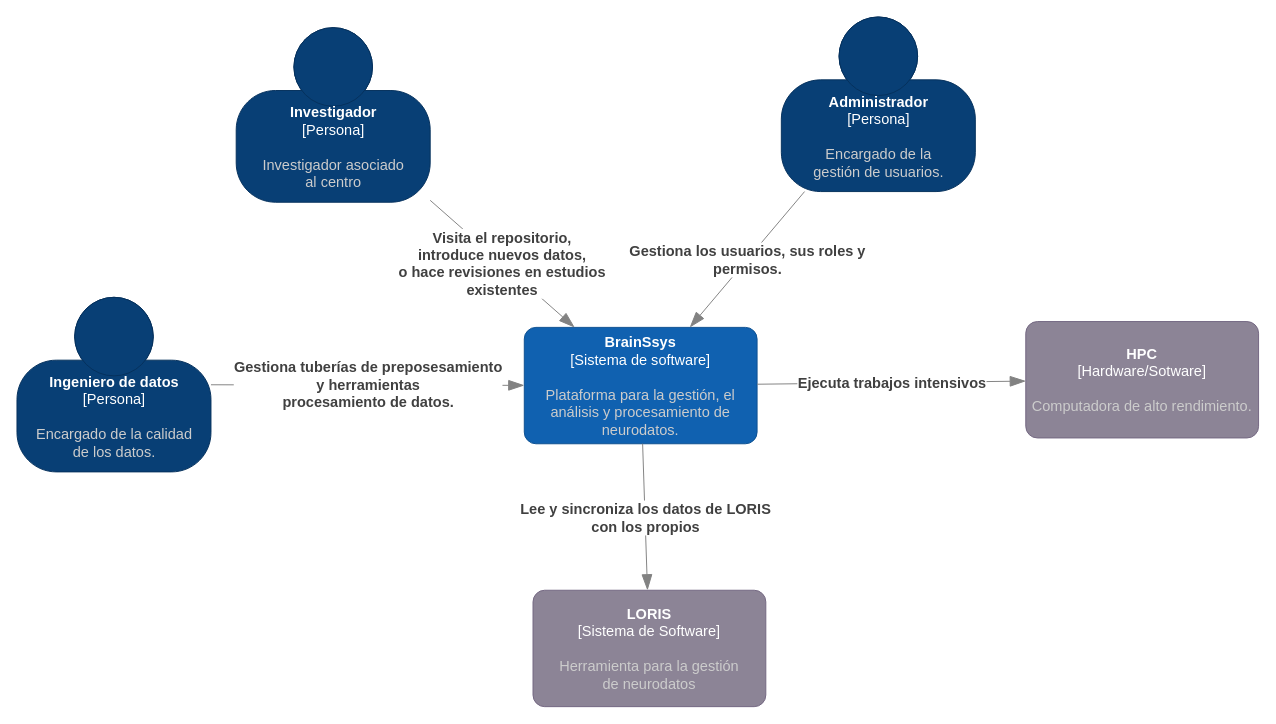
Above: page "Diagrama de contexto del sistema" (4 of 25) of C4 model.drawio in gaspect/brainsys (draw.io), before the change. Source tidied: cells renumbered, new cells numbered last; positions are measured from the earlier drawing's top-left corner, leaving out a move shared by most shapes. Both pictures are drawn from the tidied source at 97%, with x=0, y=0 at pixel (16, 16).
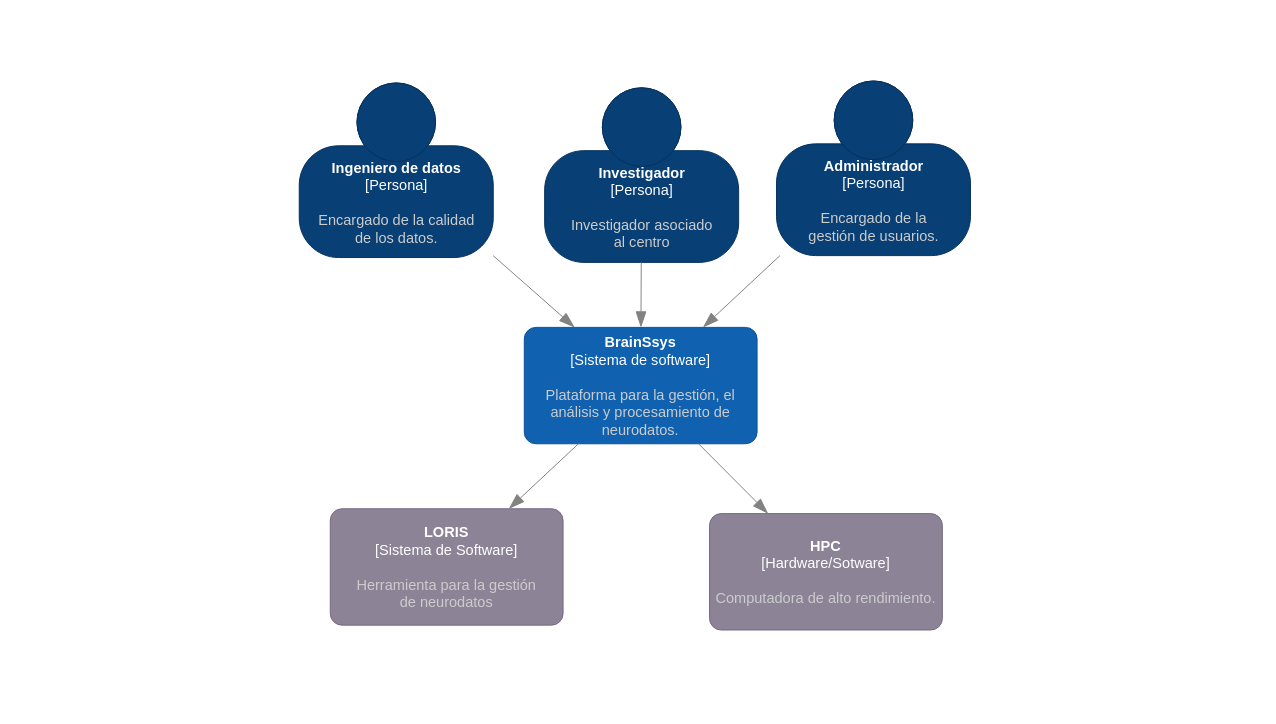
After the change.

The change refers to these unchanged cells:
```xml
<object id="2" label="&lt;font style=&quot;font-size: 15px;&quot;&gt;&lt;b style=&quot;font-size: 15px;&quot;&gt;%c4Name%&lt;/b&gt;&lt;/font&gt;&lt;div style=&quot;font-size: 15px;&quot;&gt;[%c4Type%]&lt;/div&gt;&lt;br style=&quot;font-size: 15px;&quot;&gt;&lt;div style=&quot;font-size: 15px;&quot;&gt;&lt;font style=&quot;font-size: 15px;&quot;&gt;&lt;font color=&quot;#cccccc&quot; style=&quot;font-size: 15px;&quot;&gt;%c4Description%&lt;/font&gt;&lt;/font&gt;&lt;/div&gt;" c4Description="Plataforma para la gestión, el análisis y procesamiento de neurodatos." c4Name="BrainSsys" c4Type="Sistema de software" placeholders="1">
  <mxCell style="rounded=1;whiteSpace=wrap;html=1;labelBackgroundColor=none;fillColor=#1061B0;fontColor=#ffffff;align=center;arcSize=10;strokeColor=#0D5091;points=[[0.25,0,0],[0.5,0,0],[0.75,0,0],[1,0.25,0],[1,0.5,0],[1,0.75,0],[0.75,1,0],[0.5,1,0],[0.25,1,0],[0,0.75,0],[0,0.5,0],[0,0.25,0]];fontSize=15;" parent="1" vertex="1">
    <mxGeometry x="523" y="320" width="240" height="120" as="geometry" />
  </mxCell>
</object>
```

Diff of the diagram source:
```diff
@@
     <object id="3" label="&lt;font style=&quot;font-size: 15px;&quot;&gt;&lt;b style=&quot;font-size: 15px;&quot;&gt;%c4Name%&lt;/b&gt;&lt;/font&gt;&lt;div style=&quot;font-size: 15px;&quot;&gt;[%c4Type%]&lt;/div&gt;&lt;br style=&quot;font-size: 15px;&quot;&gt;&lt;div style=&quot;font-size: 15px;&quot;&gt;&lt;font style=&quot;font-size: 15px;&quot;&gt;&lt;font color=&quot;#cccccc&quot; style=&quot;font-size: 15px;&quot;&gt;%c4Description%&lt;/font&gt;&lt;/font&gt;&lt;/div&gt;" c4Description="Encargado de la calidad &#10;de los datos." c4Name="Ingeniero de datos" c4Type="Persona" placeholders="1">
       <mxCell style="html=1;fontSize=15;dashed=0;whitespace=wrap;fillColor=#083F75;strokeColor=#06315C;fontColor=#ffffff;shape=mxgraph.c4.person2;align=center;points=[[0.5,0,0],[1,0.5,0],[1,0.75,0],[0.75,1,0],[0.5,1,0],[0.25,1,0],[0,0.75,0],[0,0.5,0]];" parent="1" vertex="1">
-        <mxGeometry y="289" width="200" height="180" as="geometry" />
+        <mxGeometry x="291" y="68" width="200" height="180" as="geometry" />
       </mxCell>
     </object>
     <object id="4" label="&lt;font style=&quot;font-size: 15px;&quot;&gt;&lt;b style=&quot;font-size: 15px;&quot;&gt;%c4Name%&lt;/b&gt;&lt;/font&gt;&lt;div style=&quot;font-size: 15px;&quot;&gt;[%c4Type%]&lt;/div&gt;&lt;br style=&quot;font-size: 15px;&quot;&gt;&lt;div style=&quot;font-size: 15px;&quot;&gt;&lt;font style=&quot;font-size: 15px;&quot;&gt;&lt;font color=&quot;#cccccc&quot; style=&quot;font-size: 15px;&quot;&gt;%c4Description%&lt;/font&gt;&lt;/font&gt;&lt;/div&gt;" c4Description="Investigador asociado &#10;al centro" c4Name="Investigador" c4Type="Persona" placeholders="1">
       <mxCell style="html=1;fontSize=15;dashed=0;whitespace=wrap;fillColor=#083F75;strokeColor=#06315C;fontColor=#ffffff;shape=mxgraph.c4.person2;align=center;points=[[0.5,0,0],[1,0.5,0],[1,0.75,0],[0.75,1,0],[0.5,1,0],[0.25,1,0],[0,0.75,0],[0,0.5,0]];" parent="1" vertex="1">
-        <mxGeometry x="226" y="11" width="200" height="180" as="geometry" />
+        <mxGeometry x="544" y="73" width="200" height="180" as="geometry" />
       </mxCell>
     </object>
     <object id="5" label="&lt;font style=&quot;font-size: 15px;&quot;&gt;&lt;b style=&quot;font-size: 15px;&quot;&gt;%c4Name%&lt;/b&gt;&lt;/font&gt;&lt;div style=&quot;font-size: 15px;&quot;&gt;[%c4Type%]&lt;/div&gt;&lt;br style=&quot;font-size: 15px;&quot;&gt;&lt;div style=&quot;font-size: 15px;&quot;&gt;&lt;font style=&quot;font-size: 15px;&quot;&gt;&lt;font color=&quot;#cccccc&quot; style=&quot;font-size: 15px;&quot;&gt;%c4Description%&lt;/font&gt;&lt;/font&gt;&lt;/div&gt;" c4Description="Herramienta para la gestión &#10;de neurodatos" c4Name="LORIS" c4Type="Sistema de Software" placeholders="1">
       <mxCell style="rounded=1;whiteSpace=wrap;html=1;labelBackgroundColor=none;fillColor=#8C8496;fontColor=#ffffff;align=center;arcSize=10;strokeColor=#736782;points=[[0.25,0,0],[0.5,0,0],[0.75,0,0],[1,0.25,0],[1,0.5,0],[1,0.75,0],[0.75,1,0],[0.5,1,0],[0.25,1,0],[0,0.75,0],[0,0.5,0],[0,0.25,0]];fontSize=15;" parent="1" vertex="1">
-        <mxGeometry x="532" y="591" width="240" height="120" as="geometry" />
+        <mxGeometry x="323" y="507" width="240" height="120" as="geometry" />
       </mxCell>
     </object>
-    <object id="6" label="&lt;div style=&quot;text-align: left; font-size: 15px;&quot;&gt;&lt;div style=&quot;text-align: center; font-size: 15px;&quot;&gt;&lt;b style=&quot;font-size: 15px;&quot;&gt;%c4Description%&lt;/b&gt;&lt;/div&gt;&lt;/div&gt;" c4Description="Visita el repositorio,&#10;introduce nuevos datos,&#10;o hace revisiones en estudios&#10;existentes" placeholders="1">
+    <object id="6" label="&lt;div style=&quot;text-align: left; font-size: 15px;&quot;&gt;&lt;div style=&quot;text-align: center; font-size: 15px;&quot;&gt;&lt;b style=&quot;font-size: 15px;&quot;&gt;%c4Description%&lt;/b&gt;&lt;/div&gt;&lt;/div&gt;" c4Description="" placeholders="1">
       <mxCell style="endArrow=blockThin;html=1;fontSize=15;fontColor=#404040;strokeWidth=1;endFill=1;strokeColor=#828282;elbow=vertical;endSize=14;startSize=14;jumpStyle=arc;jumpSize=16;rounded=0;" parent="1" edge="1" source="4" target="2">
         <mxGeometry relative="1" as="geometry" />
       </mxCell>
     </object>
-    <object id="7" label="&lt;div style=&quot;text-align: left; font-size: 15px;&quot;&gt;&lt;div style=&quot;text-align: center; font-size: 15px;&quot;&gt;&lt;b style=&quot;font-size: 15px;&quot;&gt;%c4Description%&lt;/b&gt;&lt;/div&gt;&lt;/div&gt;" c4Description="Gestiona tuberías de preposesamiento&#10; y herramientas &#10;procesamiento de datos." placeholders="1">
+    <object id="7" label="&lt;div style=&quot;text-align: left; font-size: 15px;&quot;&gt;&lt;div style=&quot;text-align: center; font-size: 15px;&quot;&gt;&lt;b style=&quot;font-size: 15px;&quot;&gt;%c4Description%&lt;/b&gt;&lt;/div&gt;&lt;/div&gt;" c4Description="" placeholders="1">
       <mxCell style="endArrow=blockThin;html=1;fontSize=15;fontColor=#404040;strokeWidth=1;endFill=1;strokeColor=#828282;elbow=vertical;endSize=14;startSize=14;jumpStyle=arc;jumpSize=16;rounded=0;" parent="1" edge="1" source="3" target="2">
-        <mxGeometry relative="1" as="geometry" />
+        <mxGeometry x="-0.16" y="-30" relative="1" as="geometry" />
       </mxCell>
     </object>
-    <object id="8" label="&lt;div style=&quot;text-align: left; font-size: 15px;&quot;&gt;&lt;div style=&quot;text-align: center; font-size: 15px;&quot;&gt;&lt;b style=&quot;font-size: 15px;&quot;&gt;%c4Description%&lt;/b&gt;&lt;/div&gt;&lt;/div&gt;" c4Description="Lee y sincroniza los datos de LORIS&#10;con los propios" placeholders="1">
+    <object id="8" label="&lt;div style=&quot;text-align: left; font-size: 15px;&quot;&gt;&lt;div style=&quot;text-align: center; font-size: 15px;&quot;&gt;&lt;b style=&quot;font-size: 15px;&quot;&gt;%c4Description%&lt;/b&gt;&lt;/div&gt;&lt;/div&gt;" c4Description="" placeholders="1">
       <mxCell style="endArrow=blockThin;html=1;fontSize=15;fontColor=#404040;strokeWidth=1;endFill=1;strokeColor=#828282;elbow=vertical;endSize=14;startSize=14;jumpStyle=arc;jumpSize=16;rounded=0;" parent="1" edge="1" source="2" target="5">
         <mxGeometry relative="1" as="geometry" />
       </mxCell>
     </object>
     <object id="9" label="&lt;font style=&quot;font-size: 15px;&quot;&gt;&lt;b style=&quot;font-size: 15px;&quot;&gt;%c4Name%&lt;/b&gt;&lt;/font&gt;&lt;div style=&quot;font-size: 15px;&quot;&gt;[%c4Type%]&lt;/div&gt;&lt;br style=&quot;font-size: 15px;&quot;&gt;&lt;div style=&quot;font-size: 15px;&quot;&gt;&lt;font style=&quot;font-size: 15px;&quot;&gt;&lt;font color=&quot;#cccccc&quot; style=&quot;font-size: 15px;&quot;&gt;%c4Description%&lt;/font&gt;&lt;/font&gt;&lt;/div&gt;" c4Description="Computadora de alto rendimiento." c4Name="HPC" c4Type="Hardware/Sotware" placeholders="1">
       <mxCell style="rounded=1;whiteSpace=wrap;html=1;labelBackgroundColor=none;fillColor=#8C8496;fontColor=#ffffff;align=center;arcSize=10;strokeColor=#736782;points=[[0.25,0,0],[0.5,0,0],[0.75,0,0],[1,0.25,0],[1,0.5,0],[1,0.75,0],[0.75,1,0],[0.5,1,0],[0.25,1,0],[0,0.75,0],[0,0.5,0],[0,0.25,0]];fontSize=15;" parent="1" vertex="1">
-        <mxGeometry x="1040" y="314" width="240" height="120" as="geometry" />
+        <mxGeometry x="714" y="512" width="240" height="120" as="geometry" />
       </mxCell>
     </object>
-    <object id="10" label="&lt;div style=&quot;text-align: left; font-size: 15px;&quot;&gt;&lt;div style=&quot;text-align: center; font-size: 15px;&quot;&gt;&lt;b style=&quot;font-size: 15px;&quot;&gt;%c4Description%&lt;/b&gt;&lt;/div&gt;&lt;/div&gt;" c4Description="Ejecuta trabajos intensivos" placeholders="1">
+    <object id="10" label="&lt;div style=&quot;text-align: left; font-size: 15px;&quot;&gt;&lt;div style=&quot;text-align: center; font-size: 15px;&quot;&gt;&lt;b style=&quot;font-size: 15px;&quot;&gt;%c4Description%&lt;/b&gt;&lt;/div&gt;&lt;/div&gt;" c4Description="" placeholders="1">
       <mxCell style="endArrow=blockThin;html=1;fontSize=15;fontColor=#404040;strokeWidth=1;endFill=1;strokeColor=#828282;elbow=vertical;endSize=14;startSize=14;jumpStyle=arc;jumpSize=16;rounded=0;" parent="1" edge="1" source="2" target="9">
         <mxGeometry relative="1" as="geometry" />
       </mxCell>
     </object>
     <object id="11" label="&lt;font style=&quot;font-size: 15px;&quot;&gt;&lt;b style=&quot;font-size: 15px;&quot;&gt;%c4Name%&lt;/b&gt;&lt;/font&gt;&lt;div style=&quot;font-size: 15px;&quot;&gt;[%c4Type%]&lt;/div&gt;&lt;br style=&quot;font-size: 15px;&quot;&gt;&lt;div style=&quot;font-size: 15px;&quot;&gt;&lt;font style=&quot;font-size: 15px;&quot;&gt;&lt;font color=&quot;#cccccc&quot; style=&quot;font-size: 15px;&quot;&gt;%c4Description%&lt;/font&gt;&lt;/font&gt;&lt;/div&gt;" c4Description="Encargado de la &#10;gestión de usuarios." c4Name="Administrador" c4Type="Persona" placeholders="1">
       <mxCell style="html=1;fontSize=15;dashed=0;whitespace=wrap;fillColor=#083F75;strokeColor=#06315C;fontColor=#ffffff;shape=mxgraph.c4.person2;align=center;points=[[0.5,0,0],[1,0.5,0],[1,0.75,0],[0.75,1,0],[0.5,1,0],[0.25,1,0],[0,0.75,0],[0,0.5,0]];" parent="1" vertex="1">
-        <mxGeometry x="788" width="200" height="180" as="geometry" />
+        <mxGeometry x="783" y="66" width="200" height="180" as="geometry" />
       </mxCell>
     </object>
-    <object id="12" label="&lt;div style=&quot;text-align: left; font-size: 15px;&quot;&gt;&lt;div style=&quot;text-align: center; font-size: 15px;&quot;&gt;&lt;b style=&quot;font-size: 15px;&quot;&gt;%c4Description%&lt;/b&gt;&lt;/div&gt;&lt;/div&gt;" c4Description="Gestiona los usuarios, sus roles y&#10;permisos." placeholders="1">
+    <object id="12" label="&lt;div style=&quot;text-align: left; font-size: 15px;&quot;&gt;&lt;div style=&quot;text-align: center; font-size: 15px;&quot;&gt;&lt;b style=&quot;font-size: 15px;&quot;&gt;%c4Description%&lt;/b&gt;&lt;/div&gt;&lt;/div&gt;" c4Description="" placeholders="1">
       <mxCell style="endArrow=blockThin;html=1;fontSize=15;fontColor=#404040;strokeWidth=1;endFill=1;strokeColor=#828282;elbow=vertical;endSize=14;startSize=14;jumpStyle=arc;jumpSize=16;rounded=0;" parent="1" edge="1" source="11" target="2">
         <mxGeometry relative="1" as="geometry" />
       </mxCell>
     </object>
```
